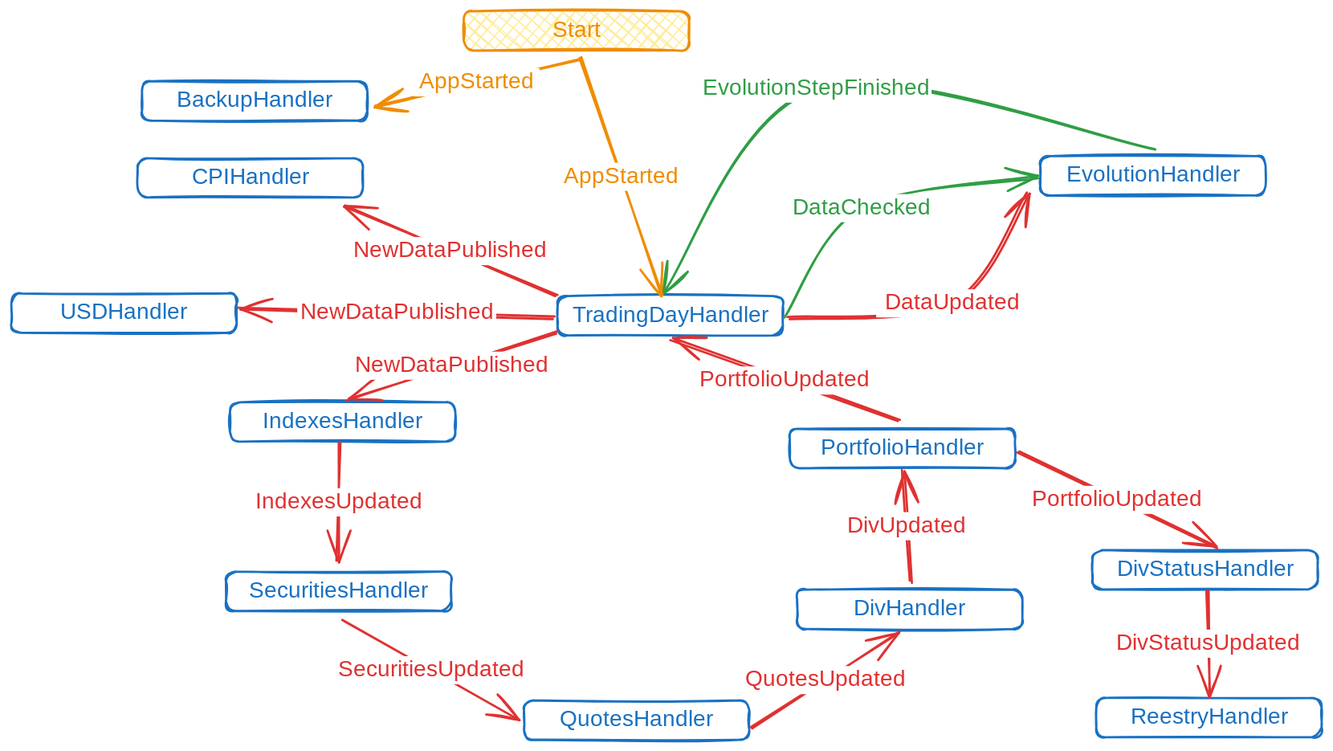
WLM1ke/poptimizer keeps this Excalidraw diagram as docs/.excalidraw.svg. Above is the earlier version. Source tidied: one line per element, renumbered; positions are measured from the earlier drawing's top-left corner, leaving out a move shared by most shapes.
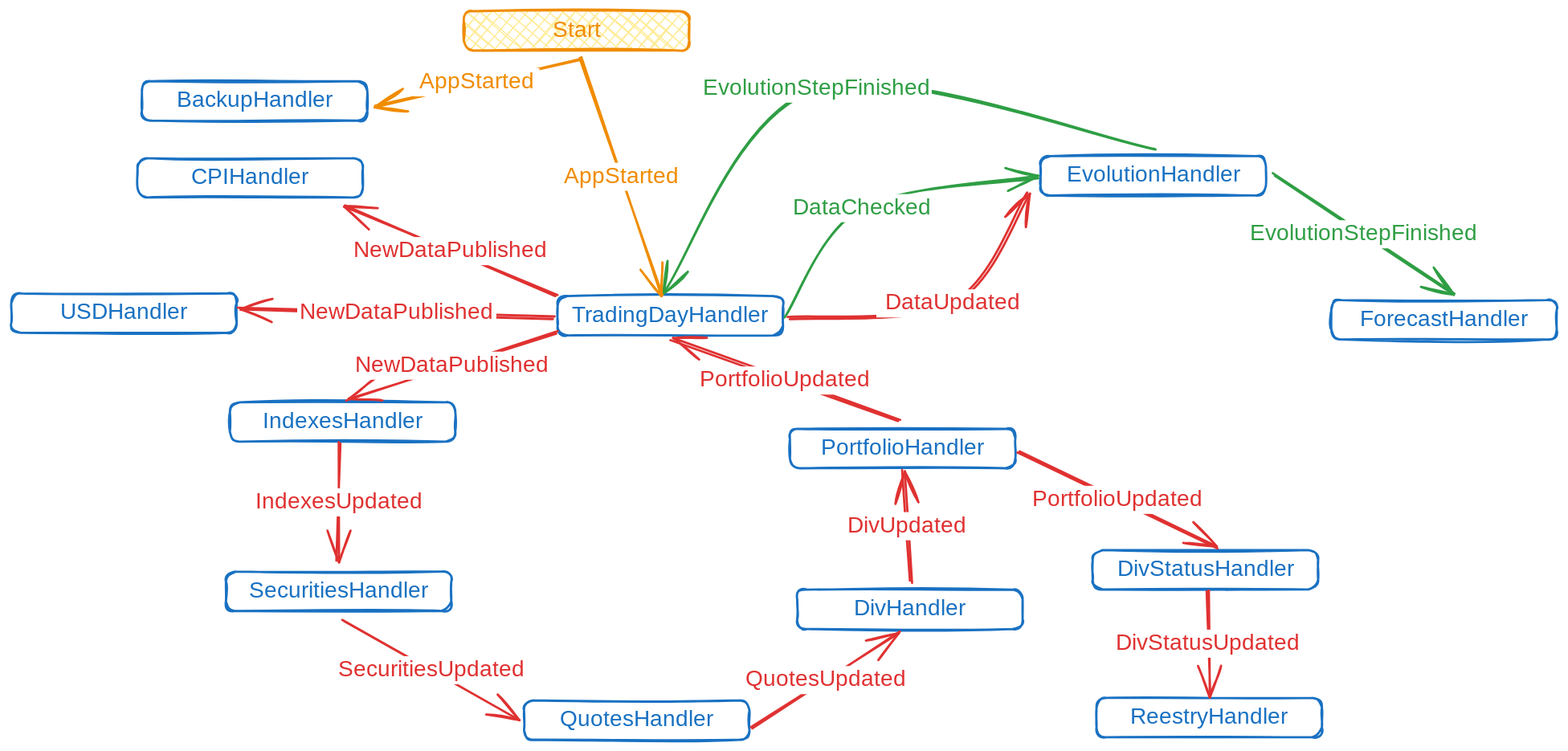
The same diagram one commit later.

Change to the diagram source:
```diff
@@ -54,3 +54,7 @@
 {"id": 53, "type": "text", "text": "USDHandler", "strokeColor": "#1971c2", "strokeWidth": 2, "roughness": 1, "fontSize": 20, "fontFamily": 1, "textAlign": "center", "verticalAlign": "middle", "inside": 52, "x": 44, "y": 256, "width": 112, "height": 25}
 {"id": 54, "type": "arrow", "strokeColor": "#e03131", "strokeWidth": 2, "roughness": 1, "endArrowhead": "arrow", "round": true, "from": 0, "to": 52, "x": 483, "y": 272, "width": 281, "height": 8, "points": [[0, 0], [-281, -8]]}
 {"id": 55, "type": "text", "text": "NewDataPublished", "strokeColor": "#e03131", "strokeWidth": 2, "roughness": 1, "fontSize": 20, "fontFamily": 1, "textAlign": "center", "verticalAlign": "middle", "inside": 54, "x": 239, "y": 245, "width": 177, "height": 25}
+{"id": 56, "type": "rectangle", "strokeColor": "#1971c2", "strokeWidth": 2, "roughness": 1, "round": true, "x": 1174, "y": 257, "width": 200, "height": 35}
+{"id": 57, "type": "text", "text": "ForecastHandler", "strokeColor": "#1971c2", "strokeWidth": 2, "roughness": 1, "fontSize": 20, "fontFamily": 1, "textAlign": "center", "verticalAlign": "middle", "inside": 56, "x": 1196, "y": 262, "width": 158, "height": 25}
+{"id": 58, "type": "arrow", "strokeColor": "#2f9e44", "strokeWidth": 2, "roughness": 1, "endArrowhead": "arrow", "round": true, "from": 2, "to": 56, "x": 1123, "y": 145, "width": 161, "height": 108, "points": [[0, 0], [161, 108]]}
+{"id": 59, "type": "text", "text": "EvolutionStepFinished", "strokeColor": "#2f9e44", "strokeWidth": 2, "roughness": 1, "fontSize": 20, "fontFamily": 1, "textAlign": "center", "verticalAlign": "middle", "inside": 58, "x": 1101, "y": 186, "width": 205, "height": 25}
```
